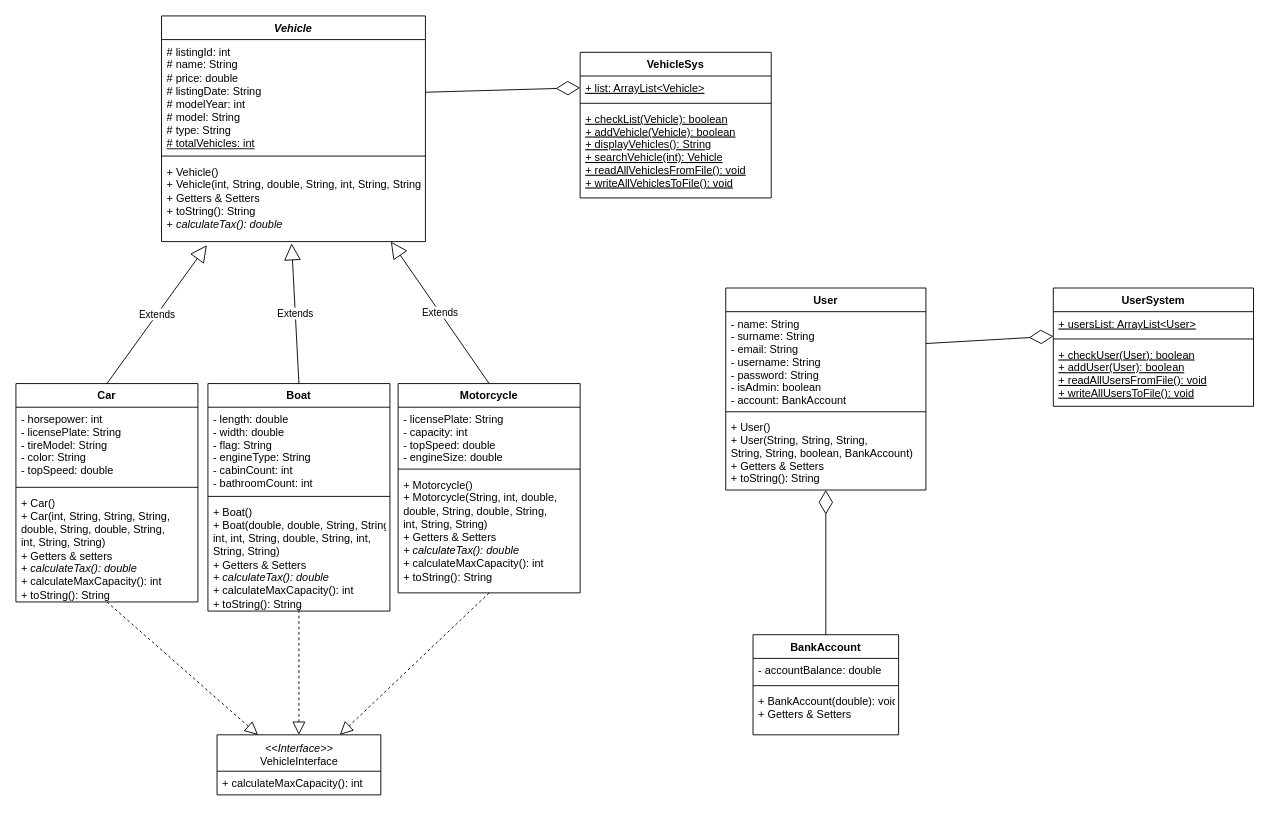
This is UML/vehiclesellingportal.drawio from bariis/javaproject, a draw.io file, before an edit. Source tidied: cells renumbered, new cells numbered last; positions are measured from the earlier drawing's top-left corner, leaving out a move shared by most shapes. Both pictures are drawn from the tidied source at 91%, with x=0, y=0 at pixel (15, 15).
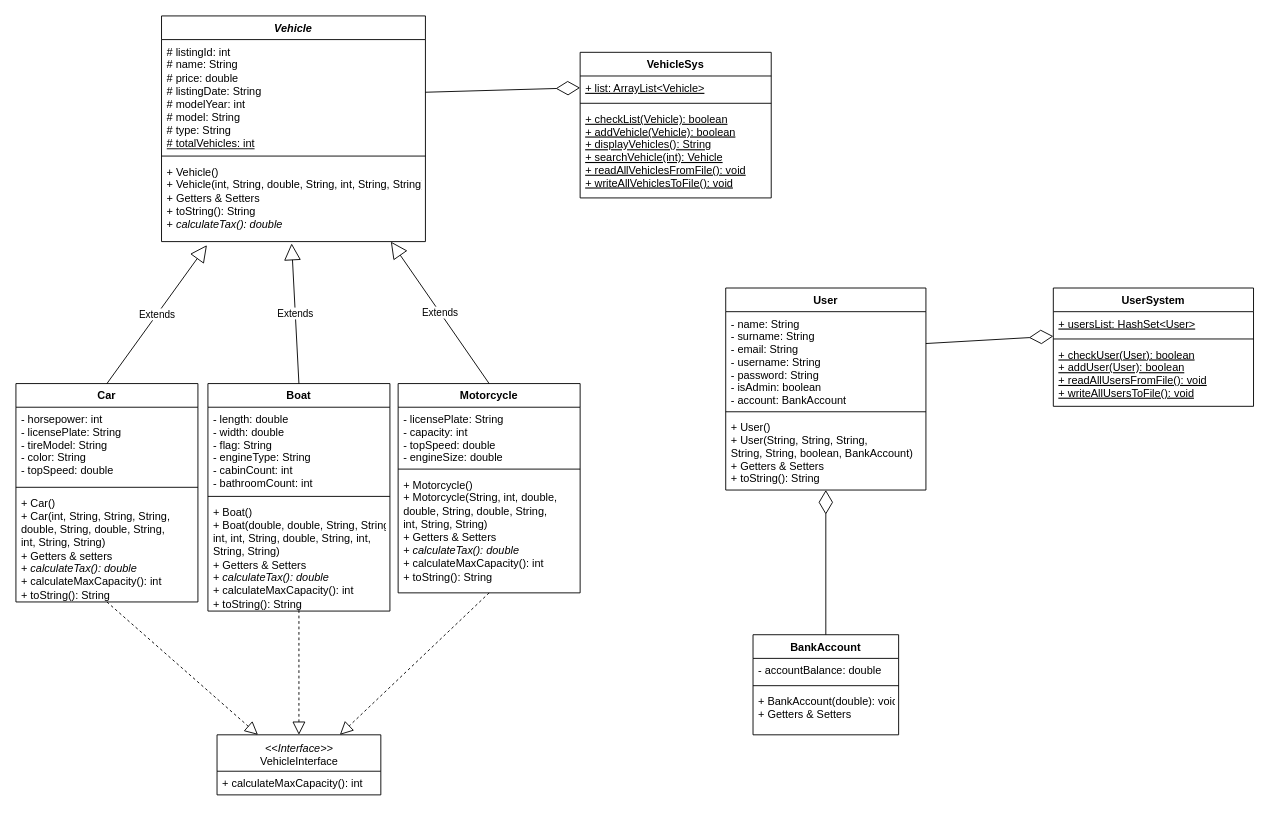
The same diagram, later.

Unchanged cells that the change refers to:
```xml
<mxCell id="35" value="UserSystem" style="swimlane;fontStyle=1;align=center;verticalAlign=top;horizontal=1;startSize=26;" parent="1" vertex="1">
  <mxGeometry x="1140" y="299" width="220" height="130" as="geometry" />
</mxCell>
```

Diff of the diagram source:
```diff
@@
-    <mxCell id="36" value="+ usersList: ArrayList&lt;User&gt;" style="text;strokeColor=none;fillColor=none;align=left;verticalAlign=top;spacingLeft=4;spacingRight=4;overflow=hidden;points=[[0,0.5],[1,0.5]];portConstraint=eastwest;fontStyle=4;" parent="35" vertex="1">
+    <mxCell id="36" value="+ usersList: HashSet&lt;User&gt;" style="text;strokeColor=none;fillColor=none;align=left;verticalAlign=top;spacingLeft=4;spacingRight=4;overflow=hidden;points=[[0,0.5],[1,0.5]];portConstraint=eastwest;fontStyle=4;" parent="35" vertex="1">
       <mxGeometry y="26" width="220" height="26" as="geometry" />
     </mxCell>
```
